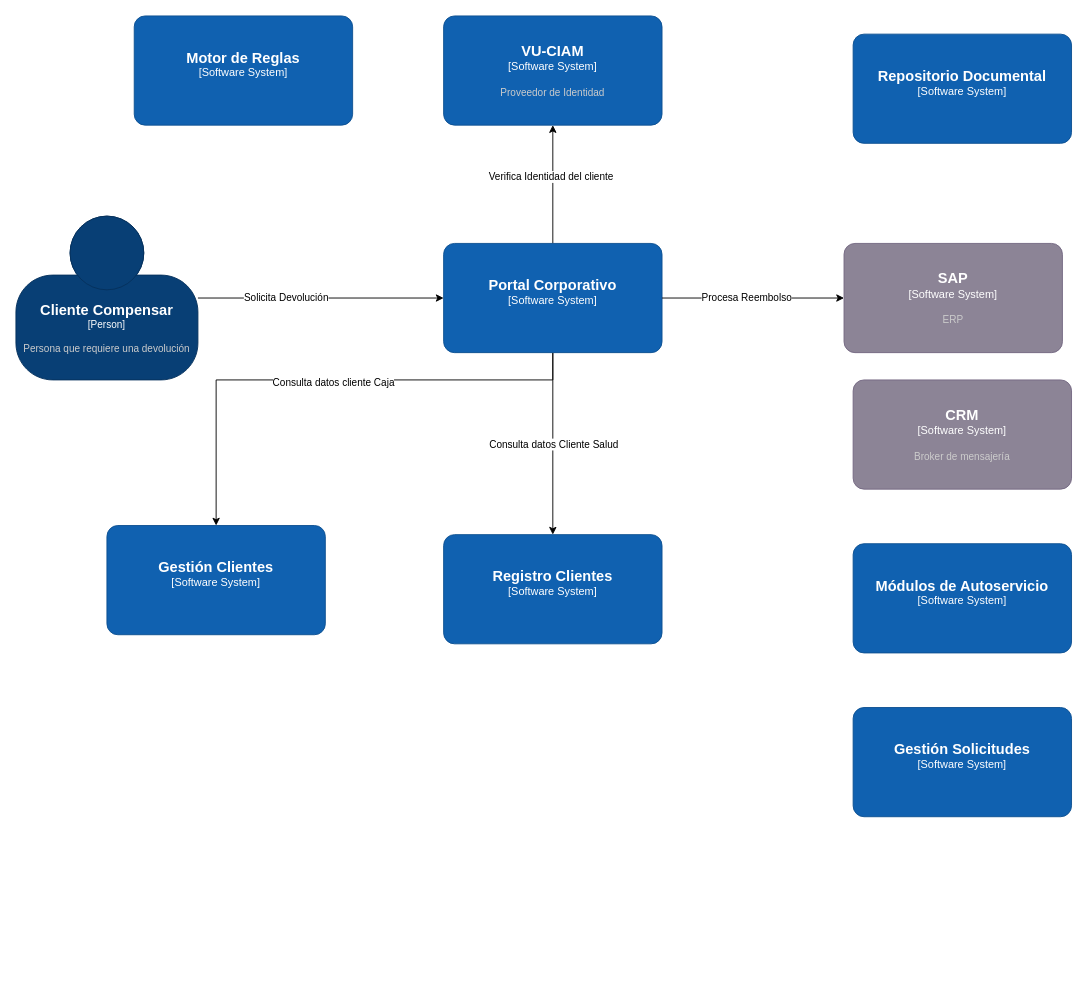
Earlier version of the draw.io diagram page "Context" (1 of 4) of Devoluciones.drawio (carlosvalderrama1204/diagrams). Source tidied: cells renumbered, new cells numbered last; positions are measured from the earlier drawing's top-left corner, leaving out a move shared by most shapes. Both pictures are drawn from the tidied source at 91%, with x=0, y=0 at pixel (15, 15).
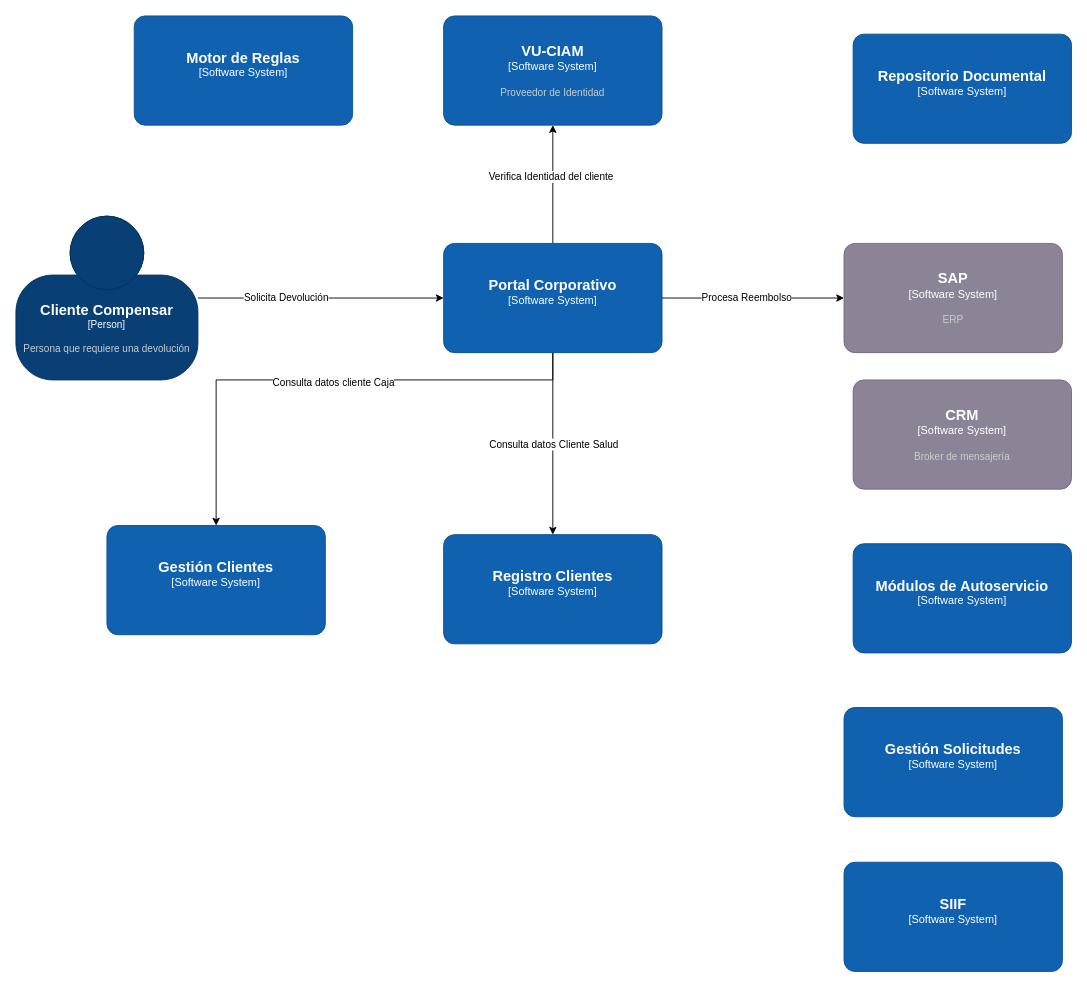
Above is the later version.

Diff of the diagram source:
```diff
@@
     <object id="22" label="&lt;font style=&quot;font-size: 16px&quot;&gt;&lt;b&gt;%c4Name%&lt;/b&gt;&lt;/font&gt;&lt;div&gt;[%c4Type%]&lt;/div&gt;&lt;br&gt;&lt;div&gt;&lt;font style=&quot;font-size: 11px&quot;&gt;&lt;font color=&quot;#cccccc&quot;&gt;%c4Description%&lt;/font&gt;&lt;/div&gt;" c4Description="" c4Name="Gestión Solicitudes" c4Type="Software System" placeholders="1">
       <mxCell style="rounded=1;whiteSpace=wrap;html=1;labelBackgroundColor=none;fillColor=#1061B0;fontColor=#ffffff;align=center;arcSize=10;strokeColor=#0D5091;" parent="1" vertex="1">
-        <mxGeometry x="920" y="760" width="240" height="120" as="geometry" />
+        <mxGeometry x="910" y="760" width="240" height="120" as="geometry" />
       </mxCell>
     </object>
+    <object id="23" label="&lt;font style=&quot;font-size: 16px&quot;&gt;&lt;b&gt;%c4Name%&lt;/b&gt;&lt;/font&gt;&lt;div&gt;[%c4Type%]&lt;/div&gt;&lt;br&gt;&lt;div&gt;&lt;font style=&quot;font-size: 11px&quot;&gt;&lt;font color=&quot;#cccccc&quot;&gt;%c4Description%&lt;/font&gt;&lt;/div&gt;" c4Description="" c4Name="SIIF" c4Type="Software System" placeholders="1">
+      <mxCell style="rounded=1;whiteSpace=wrap;html=1;labelBackgroundColor=none;fillColor=#1061B0;fontColor=#ffffff;align=center;arcSize=10;strokeColor=#0D5091;" parent="1" vertex="1">
+        <mxGeometry x="910" y="930" width="240" height="120" as="geometry" />
+      </mxCell>
+    </object>
```
